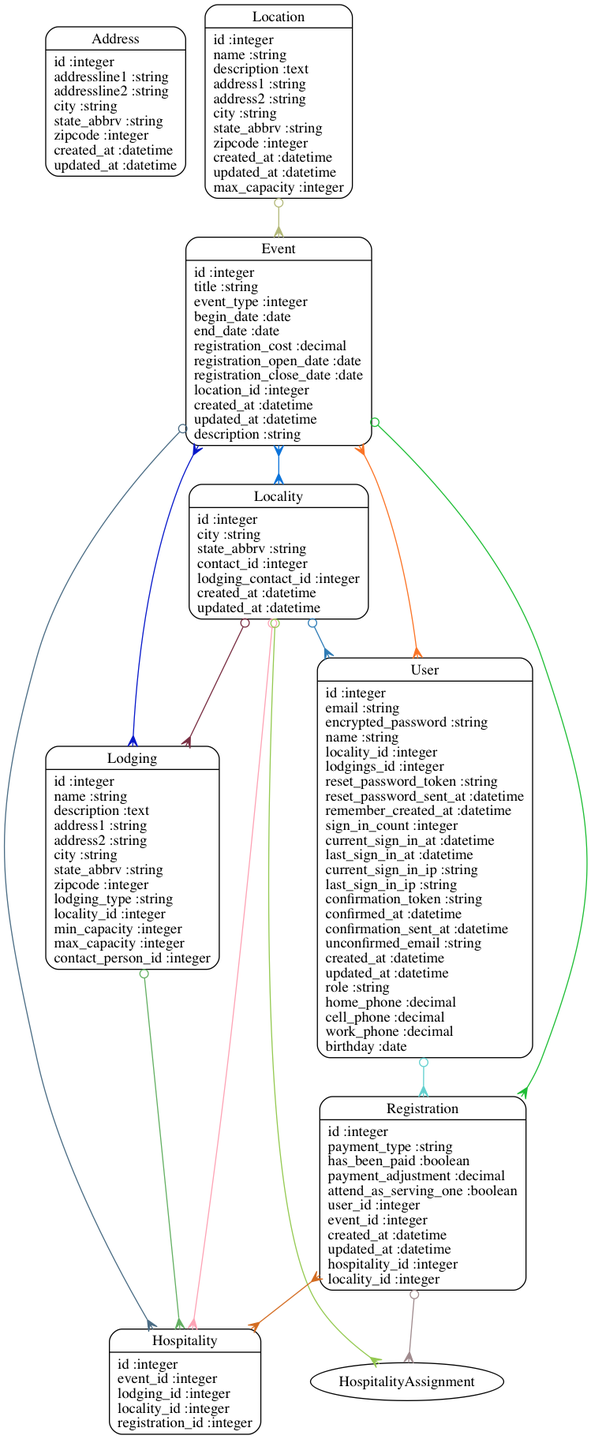
hdfelix/ypreg keeps this Graphviz diagram as models.png. Above is the earlier version. Its source is kept beside it as models.dot.
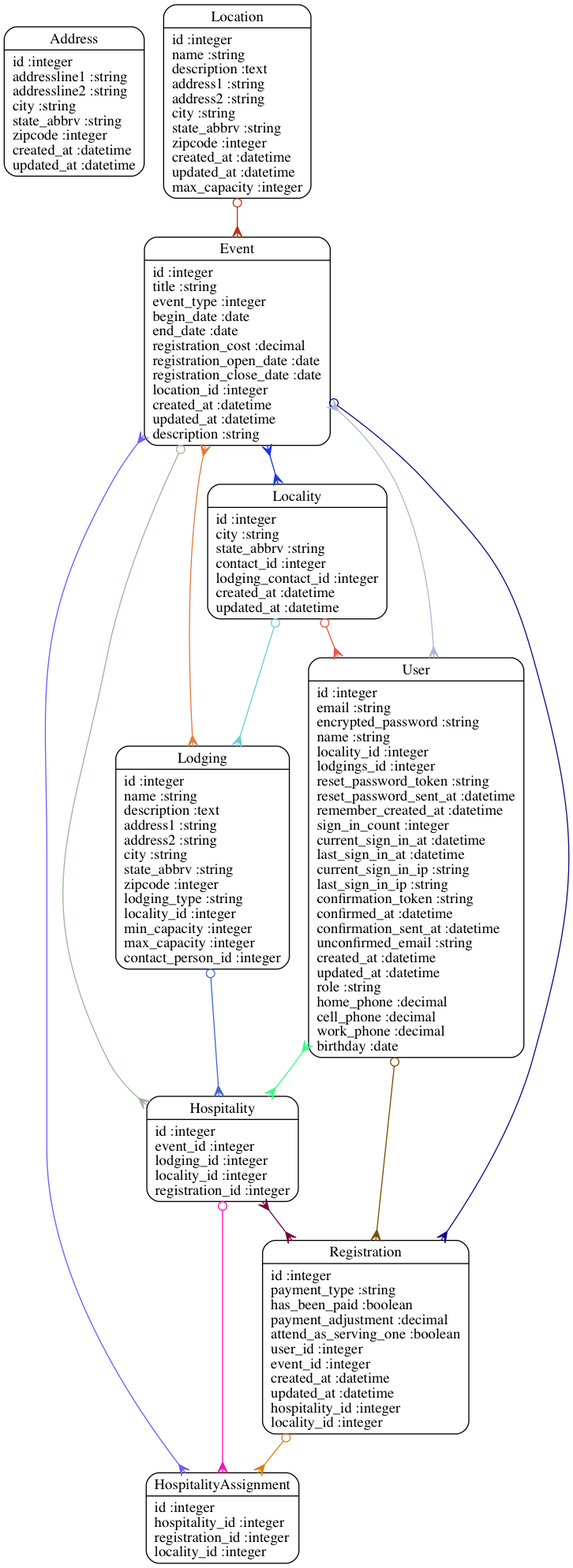
The same file after the commit.

What changed in the source:
```diff
@@ -3,23 +3,24 @@
 	"Address" [shape=Mrecord, label="{Address|id :integer\laddressline1 :string\laddressline2 :string\lcity :string\lstate_abbrv :string\lzipcode :integer\lcreated_at :datetime\lupdated_at :datetime\l}"]
 	"Event" [shape=Mrecord, label="{Event|id :integer\ltitle :string\levent_type :integer\lbegin_date :date\lend_date :date\lregistration_cost :decimal\lregistration_open_date :date\lregistration_close_date :date\llocation_id :integer\lcreated_at :datetime\lupdated_at :datetime\ldescription :string\l}"]
 	"Hospitality" [shape=Mrecord, label="{Hospitality|id :integer\levent_id :integer\llodging_id :integer\llocality_id :integer\lregistration_id :integer\l}"]
+	"HospitalityRegistrationAssignment" [shape=Mrecord, label="{HospitalityRegistrationAssignment|id :integer\lhospitality_id :integer\lregistration_id :integer\llocality_id :integer\l}"]
 	"Locality" [shape=Mrecord, label="{Locality|id :integer\lcity :string\lstate_abbrv :string\lcontact_id :integer\llodging_contact_id :integer\lcreated_at :datetime\lupdated_at :datetime\l}"]
 	"Location" [shape=Mrecord, label="{Location|id :integer\lname :string\ldescription :text\laddress1 :string\laddress2 :string\lcity :string\lstate_abbrv :string\lzipcode :integer\lcreated_at :datetime\lupdated_at :datetime\lmax_capacity :integer\l}"]
 	"Lodging" [shape=Mrecord, label="{Lodging|id :integer\lname :string\ldescription :text\laddress1 :string\laddress2 :string\lcity :string\lstate_abbrv :string\lzipcode :integer\llodging_type :string\llocality_id :integer\lmin_capacity :integer\lmax_capacity :integer\lcontact_person_id :integer\l}"]
 	"Registration" [shape=Mrecord, label="{Registration|id :integer\lpayment_type :string\lhas_been_paid :boolean\lpayment_adjustment :decimal\lattend_as_serving_one :boolean\luser_id :integer\levent_id :integer\lcreated_at :datetime\lupdated_at :datetime\lhospitality_id :integer\llocality_id :integer\l}"]
 	"User" [shape=Mrecord, label="{User|id :integer\lemail :string\lencrypted_password :string\lname :string\llocality_id :integer\llodgings_id :integer\lreset_password_token :string\lreset_password_sent_at :datetime\lremember_created_at :datetime\lsign_in_count :integer\lcurrent_sign_in_at :datetime\llast_sign_in_at :datetime\lcurrent_sign_in_ip :string\llast_sign_in_ip :string\lconfirmation_token :string\lconfirmed_at :datetime\lconfirmation_sent_at :datetime\lunconfirmed_email :string\lcreated_at :datetime\lupdated_at :datetime\lrole :string\lhome_phone :decimal\lcell_phone :decimal\lwork_phone :decimal\lbirthday :date\l}"]
-	"Event" -> "Registration" [arrowtail=odot, arrowhead=crow, dir=both color="#1EBD35"]
-	"Event" -> "User" [arrowtail=crow, arrowhead=crow, dir=both color="#FA7325"]
-	"Event" -> "Locality" [arrowtail=crow, arrowhead=crow, dir=both color="#0B73DA"]
-	"Event" -> "Hospitality" [arrowtail=odot, arrowhead=crow, dir=both color="#4A6C84"]
-	"Event" -> "Lodging" [arrowtail=crow, arrowhead=crow, dir=both color="#0718CA"]
-	"Locality" -> "User" [arrowtail=odot, arrowhead=crow, dir=both color="#2F7CB6"]
-	"Locality" -> "HospitalityAssignment" [arrowtail=odot, arrowhead=crow, dir=both color="#94C951"]
-	"Locality" -> "Lodging" [arrowtail=odot, arrowhead=crow, dir=both color="#792E42"]
-	"Locality" -> "Hospitality" [arrowtail=odot, arrowhead=crow, dir=both color="#FDA3B5"]
-	"Location" -> "Event" [arrowtail=odot, arrowhead=crow, dir=both color="#B3B879"]
-	"Lodging" -> "Hospitality" [arrowtail=odot, arrowhead=crow, dir=both color="#63AF62"]
-	"Registration" -> "HospitalityAssignment" [arrowtail=odot, arrowhead=crow, dir=both color="#A08B8E"]
-	"Registration" -> "Hospitality" [arrowtail=crow, arrowhead=crow, dir=both color="#D36C22"]
-	"User" -> "Registration" [arrowtail=odot, arrowhead=crow, dir=both color="#61CFCE"]
+	"Event" -> "Registration" [arrowtail=odot, arrowhead=crow, dir=both color="#497768"]
+	"Event" -> "User" [arrowtail=crow, arrowhead=crow, dir=both color="#892901"]
+	"Event" -> "Locality" [arrowtail=crow, arrowhead=crow, dir=both color="#121498"]
+	"Event" -> "Hospitality" [arrowtail=odot, arrowhead=crow, dir=both color="#975A49"]
+	"Event" -> "Lodging" [arrowtail=crow, arrowhead=crow, dir=both color="#852C2B"]
+	"Event" -> "HospitalityRegistrationAssignment" [arrowtail=crow, arrowhead=crow, dir=both color="#779083"]
+	"Hospitality" -> "HospitalityRegistrationAssignment" [arrowtail=odot, arrowhead=crow, dir=both color="#32A860"]
+	"Locality" -> "User" [arrowtail=odot, arrowhead=crow, dir=both color="#EF6060"]
+	"Locality" -> "Lodging" [arrowtail=odot, arrowhead=crow, dir=both color="#0FC744"]
+	"Location" -> "Event" [arrowtail=odot, arrowhead=crow, dir=both color="#D79434"]
+	"Lodging" -> "Hospitality" [arrowtail=odot, arrowhead=crow, dir=both color="#4730B2"]
+	"Registration" -> "HospitalityRegistrationAssignment" [arrowtail=odot, arrowhead=crow, dir=both color="#E9992B"]
+	"User" -> "Registration" [arrowtail=odot, arrowhead=crow, dir=both color="#96FC37"]
+	"User" -> "Hospitality" [arrowtail=crow, arrowhead=crow, dir=both color="#93E534"]
 }
```
